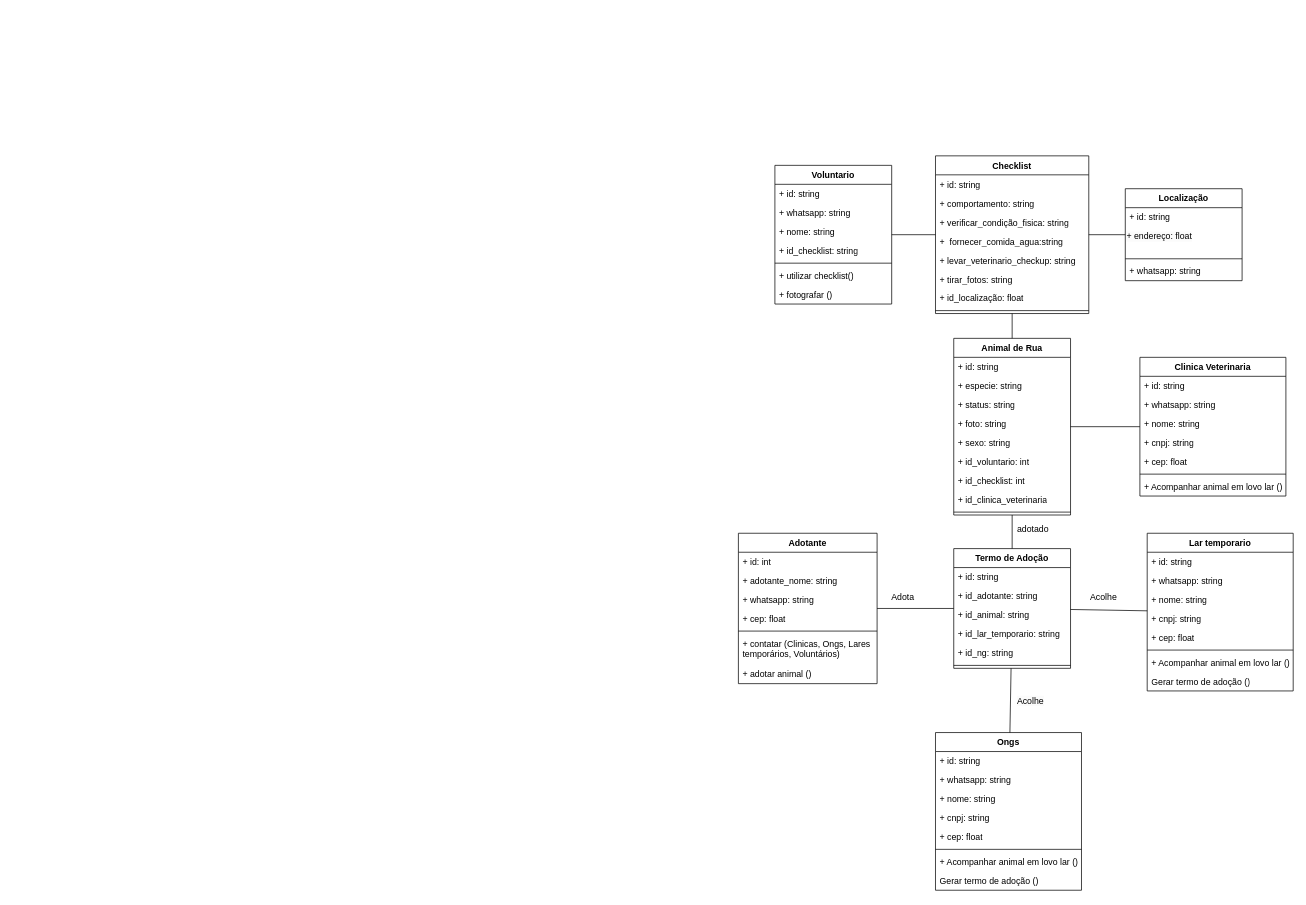
The draw.io diagram Diagrama classe tcc.drawio in JoaoGans/DRAW.tcc, before the edit. Source tidied: cells renumbered, new cells numbered last; positions are measured from the earlier drawing's top-left corner, leaving out a move shared by most shapes. Both pictures are drawn from the tidied source at 73%, with x=0, y=0 at pixel (738, 155).
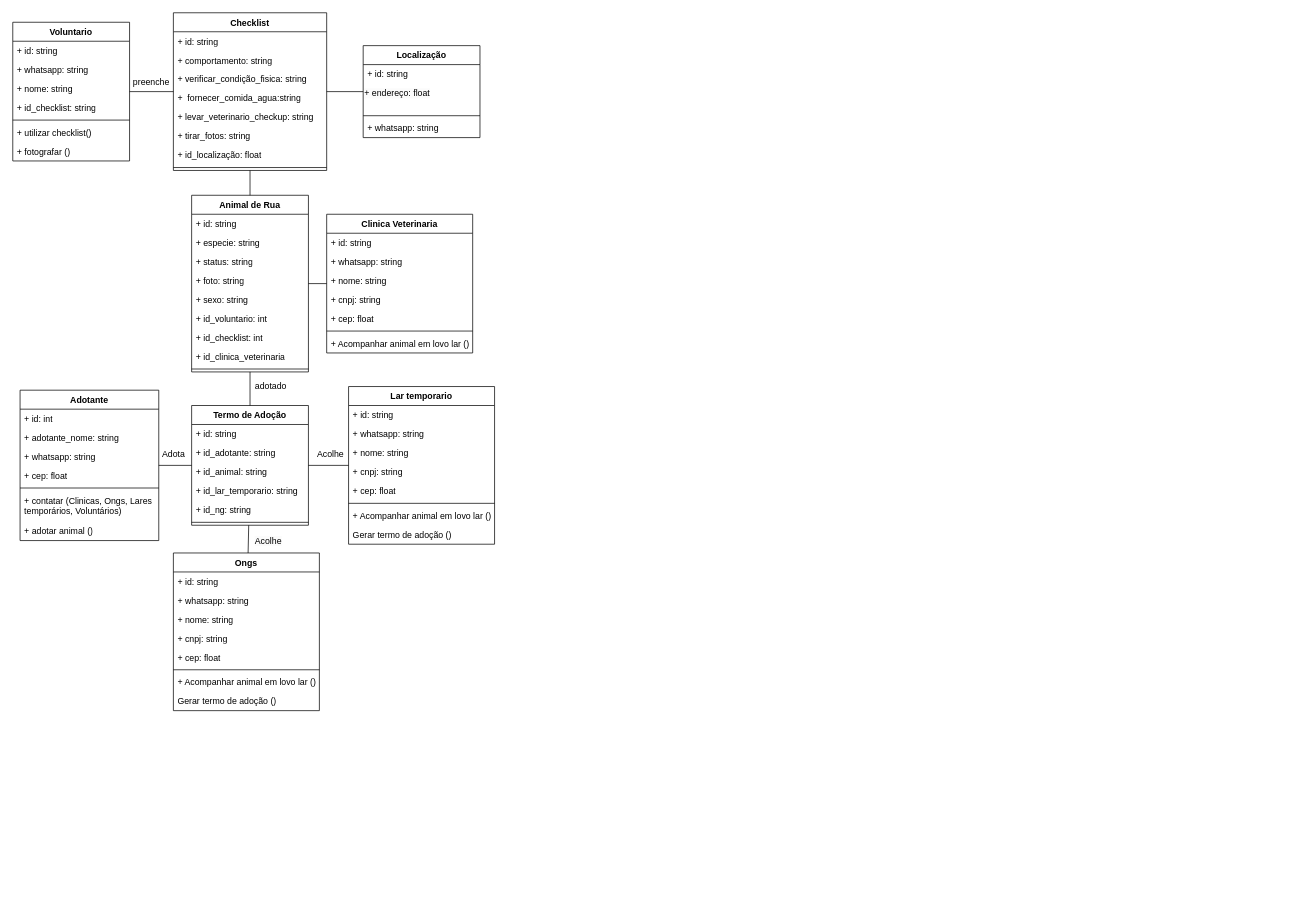
After the change.

Change to the diagram source:
```diff
@@
     <mxCell id="2" value="Voluntario" style="swimlane;fontStyle=1;align=center;verticalAlign=top;horizontal=1;startSize=26;whiteSpace=wrap;html=1;" parent="1" vertex="1">
-      <mxGeometry x="50" y="13" width="160" height="190" as="geometry" />
+      <mxGeometry x="-994" y="-183" width="160" height="190" as="geometry" />
     </mxCell>
@@
     <mxCell id="10" value="Checklist" style="swimlane;fontStyle=1;align=center;verticalAlign=top;horizontal=1;startSize=26;whiteSpace=wrap;html=1;" parent="1" vertex="1">
-      <mxGeometry x="270" width="210" height="216" as="geometry" />
+      <mxGeometry x="-774" y="-196" width="210" height="216" as="geometry" />
     </mxCell>
@@
     <mxCell id="19" value="Localização" style="swimlane;fontStyle=1;align=center;verticalAlign=top;horizontal=1;startSize=26;whiteSpace=wrap;html=1;" parent="1" vertex="1">
-      <mxGeometry x="530" y="45" width="160" height="126" as="geometry" />
+      <mxGeometry x="-514" y="-151" width="160" height="126" as="geometry" />
     </mxCell>
@@
     <mxCell id="24" value="Animal de Rua" style="swimlane;fontStyle=1;align=center;verticalAlign=top;horizontal=1;startSize=26;whiteSpace=wrap;html=1;" parent="1" vertex="1">
-      <mxGeometry x="295" y="250" width="160" height="242" as="geometry" />
+      <mxGeometry x="-749" y="54" width="160" height="242" as="geometry" />
     </mxCell>
@@
     <mxCell id="34" value="Clinica Veterinaria" style="swimlane;fontStyle=1;align=center;verticalAlign=top;horizontal=1;startSize=26;whiteSpace=wrap;html=1;" parent="1" vertex="1">
-      <mxGeometry x="550" y="276" width="200" height="190" as="geometry" />
+      <mxGeometry x="-564" y="80" width="200" height="190" as="geometry" />
     </mxCell>
@@
     <mxCell id="42" value="Termo de Adoção" style="swimlane;fontStyle=1;align=center;verticalAlign=top;horizontal=1;startSize=26;whiteSpace=wrap;html=1;" parent="1" vertex="1">
-      <mxGeometry x="295" y="538" width="160" height="164" as="geometry" />
+      <mxGeometry x="-749" y="342" width="160" height="164" as="geometry" />
     </mxCell>
@@
     <mxCell id="49" value="Adotante" style="swimlane;fontStyle=1;align=center;verticalAlign=top;horizontal=1;startSize=26;whiteSpace=wrap;html=1;" parent="1" vertex="1">
-      <mxGeometry y="517" width="190" height="206" as="geometry" />
+      <mxGeometry x="-984" y="321" width="190" height="206" as="geometry" />
     </mxCell>
@@
     <mxCell id="61" value="Lar temporario" style="swimlane;fontStyle=1;align=center;verticalAlign=top;horizontal=1;startSize=26;whiteSpace=wrap;html=1;" parent="1" vertex="1">
-      <mxGeometry x="560" y="517" width="200" height="216" as="geometry" />
+      <mxGeometry x="-534" y="316" width="200" height="216" as="geometry" />
     </mxCell>
@@
     <mxCell id="70" value="Ongs" style="swimlane;fontStyle=1;align=center;verticalAlign=top;horizontal=1;startSize=26;whiteSpace=wrap;html=1;" parent="1" vertex="1">
-      <mxGeometry x="270" y="790" width="200" height="216" as="geometry" />
+      <mxGeometry x="-774" y="544" width="200" height="216" as="geometry" />
     </mxCell>
@@
     <mxCell id="83" value="Adota" style="text;html=1;align=center;verticalAlign=middle;strokeColor=none;fillColor=none;" parent="1" vertex="1">
-      <mxGeometry x="200" y="590" width="50" height="30" as="geometry" />
+      <mxGeometry x="-799" y="394" width="50" height="30" as="geometry" />
     </mxCell>
     <mxCell id="84" value="Acolhe" style="text;html=1;align=center;verticalAlign=middle;strokeColor=none;fillColor=none;" parent="1" vertex="1">
-      <mxGeometry x="470" y="590" width="60" height="30" as="geometry" />
+      <mxGeometry x="-589" y="394" width="60" height="30" as="geometry" />
     </mxCell>
     <mxCell id="85" value="&lt;span style=&quot;color: rgb(0, 0, 0); font-family: Helvetica; font-size: 12px; font-style: normal; font-variant-ligatures: normal; font-variant-caps: normal; font-weight: 400; letter-spacing: normal; orphans: 2; text-align: center; text-indent: 0px; text-transform: none; widows: 2; word-spacing: 0px; -webkit-text-stroke-width: 0px; white-space: nowrap; background-color: rgb(251, 251, 251); text-decoration-thickness: initial; text-decoration-style: initial; text-decoration-color: initial; display: inline !important; float: none;&quot;&gt;Acolhe&lt;/span&gt;" style="text;whiteSpace=wrap;html=1;" parent="1" vertex="1">
-      <mxGeometry x="380" y="733" width="70" height="40" as="geometry" />
+      <mxGeometry x="-664" y="514" width="70" height="40" as="geometry" />
     </mxCell>
     <mxCell id="86" value="&lt;div style=&quot;text-align: center;&quot;&gt;&lt;span style=&quot;background-color: initial; text-wrap: nowrap;&quot;&gt;adotado&lt;/span&gt;&lt;/div&gt;" style="text;whiteSpace=wrap;html=1;" parent="1" vertex="1">
-      <mxGeometry x="380" y="498" width="70" height="40" as="geometry" />
+      <mxGeometry x="-664" y="302" width="70" height="40" as="geometry" />
     </mxCell>
+    <mxCell id="87" value="preenche" style="text;html=1;align=center;verticalAlign=middle;whiteSpace=wrap;rounded=0;" parent="1" vertex="1">
+      <mxGeometry x="-834" y="-116.5" width="60" height="30" as="geometry" />
+    </mxCell>
```
